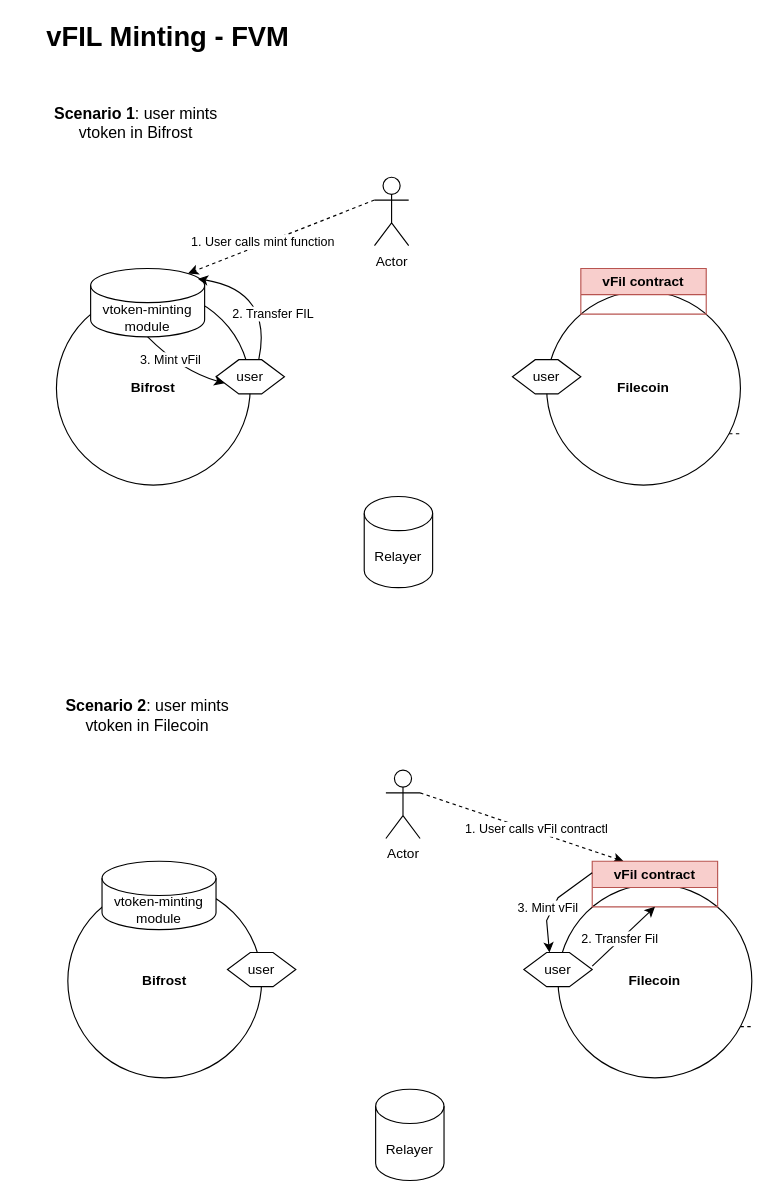
herryho/flowchars keeps this draw.io diagram as vfil-minting-FVM.drawio. Above is the earlier version. Source tidied: cells renumbered, new cells numbered last; positions are measured from the earlier drawing's top-left corner, leaving out a move shared by most shapes. Both pictures are drawn from the tidied source at 114%, with x=0, y=0 at pixel (19, 19).
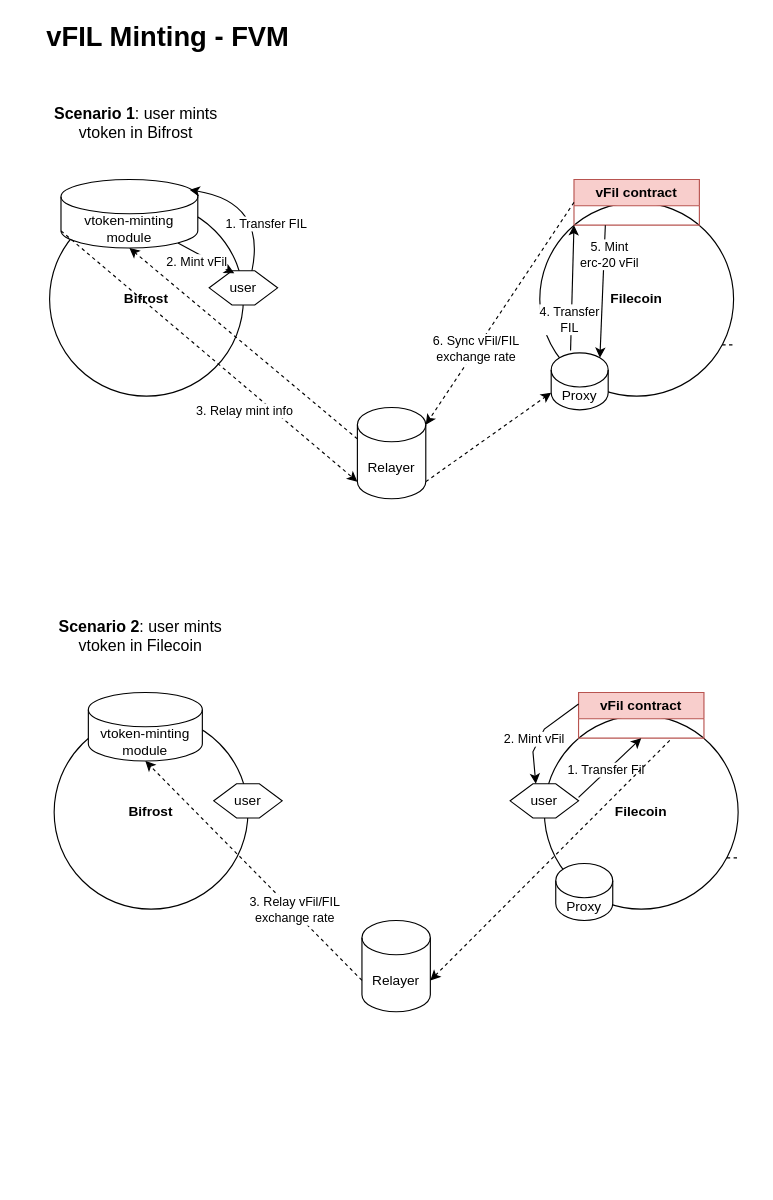
The same diagram, later.

What changed in the source:
```diff
@@
     <mxCell id="3" value="&lt;b&gt;Bifrost&lt;/b&gt;" style="ellipse;whiteSpace=wrap;html=1;" parent="1" vertex="1">
-      <mxGeometry x="32" y="238" width="170" height="170" as="geometry" />
+      <mxGeometry x="26" y="160" width="170" height="170" as="geometry" />
     </mxCell>
     <mxCell id="4" value="&lt;b&gt;Filecoin&lt;/b&gt;" style="ellipse;whiteSpace=wrap;html=1;" parent="1" vertex="1">
-      <mxGeometry x="462" y="238" width="170" height="170" as="geometry" />
+      <mxGeometry x="456" y="160" width="170" height="170" as="geometry" />
     </mxCell>
     <mxCell id="5" value="user" style="shape=hexagon;perimeter=hexagonPerimeter2;whiteSpace=wrap;html=1;fixedSize=1;" parent="1" vertex="1">
-      <mxGeometry x="172" y="298" width="60" height="30" as="geometry" />
+      <mxGeometry x="166" y="220" width="60" height="30" as="geometry" />
     </mxCell>
-    <mxCell id="6" value="user" style="shape=hexagon;perimeter=hexagonPerimeter2;whiteSpace=wrap;html=1;fixedSize=1;" parent="1" vertex="1">
-      <mxGeometry x="432" y="298" width="60" height="30" as="geometry" />
-    </mxCell>
     <mxCell id="7" value="vtoken-minting module" style="shape=cylinder3;whiteSpace=wrap;html=1;boundedLbl=1;backgroundOutline=1;size=15;" parent="1" vertex="1">
-      <mxGeometry x="62" y="218" width="100" height="60" as="geometry" />
+      <mxGeometry x="36" y="140" width="120" height="60" as="geometry" />
     </mxCell>
-    <mxCell id="8" value="2. Transfer FIL" style="curved=1;endArrow=classic;html=1;rounded=0;entryX=0.94;entryY=0.15;entryDx=0;entryDy=0;entryPerimeter=0;exitX=0.625;exitY=0;exitDx=0;exitDy=0;" parent="1" edge="1" source="5" target="7">
+    <mxCell id="8" value="1. Transfer FIL" style="curved=1;endArrow=classic;html=1;rounded=0;entryX=0.94;entryY=0.15;entryDx=0;entryDy=0;entryPerimeter=0;exitX=0.625;exitY=0;exitDx=0;exitDy=0;" parent="1" edge="1" source="5" target="7">
       <mxGeometry x="-0.34" y="-4" relative="1" as="geometry">
         <Array as="points">
-          <mxPoint x="222" y="238" />
+          <mxPoint x="216" y="160" />
         </Array>
       </mxGeometry>
     </mxCell>
     <mxCell id="9" value="Relayer" style="shape=cylinder3;whiteSpace=wrap;html=1;boundedLbl=1;backgroundOutline=1;size=15;" parent="1" vertex="1">
-      <mxGeometry x="302" y="418" width="60" height="80" as="geometry" />
+      <mxGeometry x="296" y="340" width="60" height="80" as="geometry" />
     </mxCell>
     <mxCell id="10" style="endArrow=none;dashed=1;html=1;rounded=0;exitX=1;exitY=0.5;exitDx=0;exitDy=0;" parent="1" edge="1">
       <mxGeometry relative="1" as="geometry">
-        <mxPoint x="622" y="363" as="sourcePoint" />
-        <mxPoint x="632" y="363" as="targetPoint" />
+        <mxPoint x="616" y="285" as="sourcePoint" />
+        <mxPoint x="626" y="285" as="targetPoint" />
       </mxGeometry>
     </mxCell>
-    <mxCell id="11" value="Actor" style="shape=umlActor;verticalLabelPosition=bottom;verticalAlign=top;html=1;outlineConnect=0;" parent="1" vertex="1">
-      <mxGeometry x="311" y="138" width="30" height="60" as="geometry" />
-    </mxCell>
-    <mxCell id="12" style="endArrow=classic;html=1;rounded=0;exitX=0;exitY=0.3333333333333333;exitDx=0;exitDy=0;exitPerimeter=0;entryX=0.855;entryY=0;entryDx=0;entryDy=4.35;entryPerimeter=0;dashed=1;" parent="1" edge="1" source="11" target="7">
-      <mxGeometry relative="1" as="geometry" />
-    </mxCell>
-    <mxCell id="13" value="1. User calls mint function" style="edgeLabel;html=1;align=center;verticalAlign=middle;" parent="12" vertex="1">
-      <mxGeometry x="0.2" y="-2" relative="1" as="geometry" />
-    </mxCell>
-    <mxCell id="14" value="3. Mint vFil" style="curved=1;endArrow=classic;html=1;rounded=0;exitX=0.5;exitY=1;exitDx=0;exitDy=0;exitPerimeter=0;entryX=0;entryY=0.75;entryDx=0;entryDy=0;" parent="1" edge="1" source="7" target="5">
-      <mxGeometry x="-0.31" relative="1" as="geometry">
-        <Array as="points">
-          <mxPoint x="142" y="308" />
-        </Array>
+    <mxCell id="14" value="2. Mint vFil" style="curved=1;endArrow=classic;html=1;rounded=0;exitX=0.855;exitY=1;exitDx=0;exitDy=-4.35;exitPerimeter=0;" parent="1" edge="1" source="7">
+      <mxGeometry x="-0.23" y="-7" relative="1" as="geometry">
+        <mxPoint x="188" y="222.3" as="targetPoint" />
       </mxGeometry>
     </mxCell>
@@
     <mxCell id="16" value="vFil contract" style="swimlane;whiteSpace=wrap;html=1;fillColor=#f8cecc;strokeColor=#b85450;" parent="1" vertex="1">
-      <mxGeometry x="492" y="218" width="110" height="40" as="geometry" />
+      <mxGeometry x="486" y="140" width="110" height="40" as="geometry" />
     </mxCell>
     <mxCell id="17" value="&lt;b&gt;Bifrost&lt;/b&gt;" style="ellipse;whiteSpace=wrap;html=1;" parent="1" vertex="1">
-      <mxGeometry x="42" y="758" width="170" height="170" as="geometry" />
+      <mxGeometry x="30" y="610" width="170" height="170" as="geometry" />
     </mxCell>
     <mxCell id="18" value="&lt;b&gt;Filecoin&lt;/b&gt;" style="ellipse;whiteSpace=wrap;html=1;" parent="1" vertex="1">
-      <mxGeometry x="472" y="758" width="170" height="170" as="geometry" />
+      <mxGeometry x="460" y="610" width="170" height="170" as="geometry" />
     </mxCell>
     <mxCell id="19" value="user" style="shape=hexagon;perimeter=hexagonPerimeter2;whiteSpace=wrap;html=1;fixedSize=1;" parent="1" vertex="1">
-      <mxGeometry x="182" y="818" width="60" height="30" as="geometry" />
+      <mxGeometry x="170" y="670" width="60" height="30" as="geometry" />
     </mxCell>
     <mxCell id="20" value="user" style="shape=hexagon;perimeter=hexagonPerimeter2;whiteSpace=wrap;html=1;fixedSize=1;" parent="1" vertex="1">
-      <mxGeometry x="442" y="818" width="60" height="30" as="geometry" />
+      <mxGeometry x="430" y="670" width="60" height="30" as="geometry" />
     </mxCell>
     <mxCell id="21" value="vtoken-minting module" style="shape=cylinder3;whiteSpace=wrap;html=1;boundedLbl=1;backgroundOutline=1;size=15;" parent="1" vertex="1">
-      <mxGeometry x="72" y="738" width="100" height="60" as="geometry" />
+      <mxGeometry x="60" y="590" width="100" height="60" as="geometry" />
     </mxCell>
     <mxCell id="22" value="Relayer" style="shape=cylinder3;whiteSpace=wrap;html=1;boundedLbl=1;backgroundOutline=1;size=15;" parent="1" vertex="1">
-      <mxGeometry x="312" y="938" width="60" height="80" as="geometry" />
+      <mxGeometry x="300" y="790" width="60" height="80" as="geometry" />
     </mxCell>
     <mxCell id="23" style="endArrow=none;dashed=1;html=1;rounded=0;exitX=1;exitY=0.5;exitDx=0;exitDy=0;" parent="1" edge="1">
       <mxGeometry relative="1" as="geometry">
-        <mxPoint x="632" y="883" as="sourcePoint" />
-        <mxPoint x="642" y="883" as="targetPoint" />
+        <mxPoint x="620" y="735" as="sourcePoint" />
+        <mxPoint x="630" y="735" as="targetPoint" />
       </mxGeometry>
     </mxCell>
-    <mxCell id="24" value="Actor" style="shape=umlActor;verticalLabelPosition=bottom;verticalAlign=top;html=1;outlineConnect=0;" parent="1" vertex="1">
-      <mxGeometry x="321" y="658" width="30" height="60" as="geometry" />
-    </mxCell>
-    <mxCell id="25" style="endArrow=classic;html=1;rounded=0;exitX=1;exitY=0.3333333333333333;exitDx=0;exitDy=0;exitPerimeter=0;entryX=0.25;entryY=0;entryDx=0;entryDy=0;dashed=1;" parent="1" edge="1" source="24" target="28">
-      <mxGeometry relative="1" as="geometry" />
-    </mxCell>
-    <mxCell id="26" value="1. User calls vFil contractl" style="edgeLabel;html=1;align=center;verticalAlign=middle;" parent="25" vertex="1">
-      <mxGeometry x="0.2" y="-2" relative="1" as="geometry">
-        <mxPoint x="-5" y="-6" as="offset" />
-      </mxGeometry>
-    </mxCell>
     <mxCell id="27" value="&lt;font style=&quot;font-size: 14px;&quot;&gt;&lt;b&gt;Scenario 2&lt;/b&gt;: user mints vtoken in Filecoin&lt;/font&gt;" style="text;html=1;strokeColor=none;fillColor=none;align=center;verticalAlign=middle;whiteSpace=wrap;rounded=0;strokeWidth=5;" parent="1" vertex="1">
-      <mxGeometry x="32" y="580" width="160" height="60" as="geometry" />
+      <mxGeometry x="26" y="510" width="160" height="60" as="geometry" />
     </mxCell>
     <mxCell id="28" value="vFil contract" style="swimlane;whiteSpace=wrap;html=1;fillColor=#f8cecc;strokeColor=#b85450;" parent="1" vertex="1">
-      <mxGeometry x="502" y="738" width="110" height="40" as="geometry" />
+      <mxGeometry x="490" y="590" width="110" height="40" as="geometry" />
     </mxCell>
-    <mxCell id="29" value="3. Mint vFil" style="endArrow=classic;html=1;rounded=0;exitX=0;exitY=0.25;exitDx=0;exitDy=0;entryX=0.375;entryY=0;entryDx=0;entryDy=0;" parent="1" edge="1" source="28" target="20">
+    <mxCell id="29" value="2. Mint vFil" style="endArrow=classic;html=1;rounded=0;exitX=0;exitY=0.25;exitDx=0;exitDy=0;entryX=0.375;entryY=0;entryDx=0;entryDy=0;" parent="1" edge="1" source="28" target="20">
       <mxGeometry x="0.13" y="-4" relative="1" as="geometry">
         <Array as="points">
-          <mxPoint x="472" y="770" />
-          <mxPoint x="462" y="790" />
+          <mxPoint x="460" y="622" />
+          <mxPoint x="450" y="642" />
         </Array>
         <mxPoint y="-1" as="offset" />
       </mxGeometry>
     </mxCell>
     <mxCell id="30" style="endArrow=classic;html=1;rounded=0;entryX=0.5;entryY=1;entryDx=0;entryDy=0;" parent="1" edge="1" target="28">
       <mxGeometry relative="1" as="geometry">
-        <mxPoint x="502" y="830" as="sourcePoint" />
+        <mxPoint x="490" y="682" as="sourcePoint" />
       </mxGeometry>
     </mxCell>
-    <mxCell id="31" value="2. Transfer Fil" style="edgeLabel;html=1;align=center;verticalAlign=middle;" parent="30" vertex="1">
+    <mxCell id="31" value="1. Transfer Fil" style="edgeLabel;html=1;align=center;verticalAlign=middle;" parent="30" vertex="1">
       <mxGeometry x="-0.11" y="2" relative="1" as="geometry" />
     </mxCell>
+    <mxCell id="32" value="Proxy" style="shape=cylinder3;whiteSpace=wrap;html=1;boundedLbl=1;backgroundOutline=1;size=15;" parent="1" vertex="1">
+      <mxGeometry x="466" y="292" width="50" height="50" as="geometry" />
+    </mxCell>
+    <mxCell id="33" style="endArrow=classic;html=1;rounded=0;entryX=0;entryY=1;entryDx=0;entryDy=-15;entryPerimeter=0;dashed=1;exitX=0;exitY=1;exitDx=0;exitDy=-15;exitPerimeter=0;" parent="1" edge="1" source="7" target="9">
+      <mxGeometry relative="1" as="geometry" />
+    </mxCell>
+    <mxCell id="34" value="3. Relay mint info" style="edgeLabel;html=1;align=center;verticalAlign=middle;" parent="33" vertex="1">
+      <mxGeometry x="0.09" y="1" relative="1" as="geometry">
+        <mxPoint x="18" y="38" as="offset" />
+      </mxGeometry>
+    </mxCell>
+    <mxCell id="35" style="endArrow=classic;html=1;rounded=0;exitX=1;exitY=1;exitDx=0;exitDy=-15;exitPerimeter=0;entryX=0;entryY=1;entryDx=0;entryDy=-15;entryPerimeter=0;dashed=1;" parent="1" edge="1" source="9" target="32">
+      <mxGeometry relative="1" as="geometry" />
+    </mxCell>
+    <mxCell id="36" style="endArrow=classic;html=1;rounded=0;entryX=0;entryY=1;entryDx=0;entryDy=0;exitX=0.34;exitY=-0.04;exitDx=0;exitDy=0;exitPerimeter=0;" parent="1" edge="1" source="32" target="16">
+      <mxGeometry relative="1" as="geometry" />
+    </mxCell>
+    <mxCell id="37" value="4. Transfer&lt;br&gt;FIL" style="edgeLabel;html=1;align=center;verticalAlign=middle;" parent="36" vertex="1">
+      <mxGeometry x="-0.13" relative="1" as="geometry">
+        <mxPoint x="-3" y="20" as="offset" />
+      </mxGeometry>
+    </mxCell>
+    <mxCell id="38" style="endArrow=classic;html=1;rounded=0;exitX=0.25;exitY=1;exitDx=0;exitDy=0;entryX=0.855;entryY=0;entryDx=0;entryDy=4.35;entryPerimeter=0;" parent="1" edge="1" source="16" target="32">
+      <mxGeometry relative="1" as="geometry" />
+    </mxCell>
+    <mxCell id="39" value="5. Mint &lt;br&gt;erc-20 vFil" style="edgeLabel;html=1;align=center;verticalAlign=middle;" parent="38" vertex="1">
+      <mxGeometry x="-0.56" y="-2" relative="1" as="geometry">
+        <mxPoint x="6" as="offset" />
+      </mxGeometry>
+    </mxCell>
+    <mxCell id="40" style="endArrow=classic;html=1;rounded=0;exitX=0;exitY=0.5;exitDx=0;exitDy=0;entryX=1;entryY=0;entryDx=0;entryDy=15;entryPerimeter=0;dashed=1;" parent="1" edge="1" source="16" target="9">
+      <mxGeometry relative="1" as="geometry" />
+    </mxCell>
+    <mxCell id="41" value="6. Sync&amp;nbsp;vFil/FIL&lt;br&gt;exchange rate" style="edgeLabel;html=1;align=center;verticalAlign=middle;" parent="40" vertex="1">
+      <mxGeometry x="0.32" y="-1" relative="1" as="geometry" />
+    </mxCell>
+    <mxCell id="42" style="endArrow=classic;html=1;rounded=0;exitX=0;exitY=0;exitDx=0;exitDy=27.5;exitPerimeter=0;entryX=0.5;entryY=1;entryDx=0;entryDy=0;entryPerimeter=0;dashed=1;" parent="1" edge="1" source="9" target="7">
+      <mxGeometry relative="1" as="geometry" />
+    </mxCell>
+    <mxCell id="43" value="Proxy" style="shape=cylinder3;whiteSpace=wrap;html=1;boundedLbl=1;backgroundOutline=1;size=15;" parent="1" vertex="1">
+      <mxGeometry x="470" y="740" width="50" height="50" as="geometry" />
+    </mxCell>
+    <mxCell id="44" style="endArrow=classic;html=1;rounded=0;entryX=1;entryY=0;entryDx=0;entryDy=52.5;entryPerimeter=0;dashed=1;" parent="1" edge="1" target="22">
+      <mxGeometry relative="1" as="geometry">
+        <mxPoint x="570" y="632" as="sourcePoint" />
+      </mxGeometry>
+    </mxCell>
+    <mxCell id="45" style="endArrow=classic;html=1;rounded=0;exitX=0;exitY=0;exitDx=0;exitDy=52.5;exitPerimeter=0;entryX=0.5;entryY=1;entryDx=0;entryDy=0;entryPerimeter=0;dashed=1;" parent="1" edge="1" source="22" target="21">
+      <mxGeometry relative="1" as="geometry" />
+    </mxCell>
+    <mxCell id="46" value="3. Relay vFil/FIL&lt;br&gt;exchange rate" style="edgeLabel;html=1;align=center;verticalAlign=middle;" parent="45" vertex="1">
+      <mxGeometry x="-0.11" y="-1" relative="1" as="geometry">
+        <mxPoint x="24" y="24" as="offset" />
+      </mxGeometry>
+    </mxCell>
```
